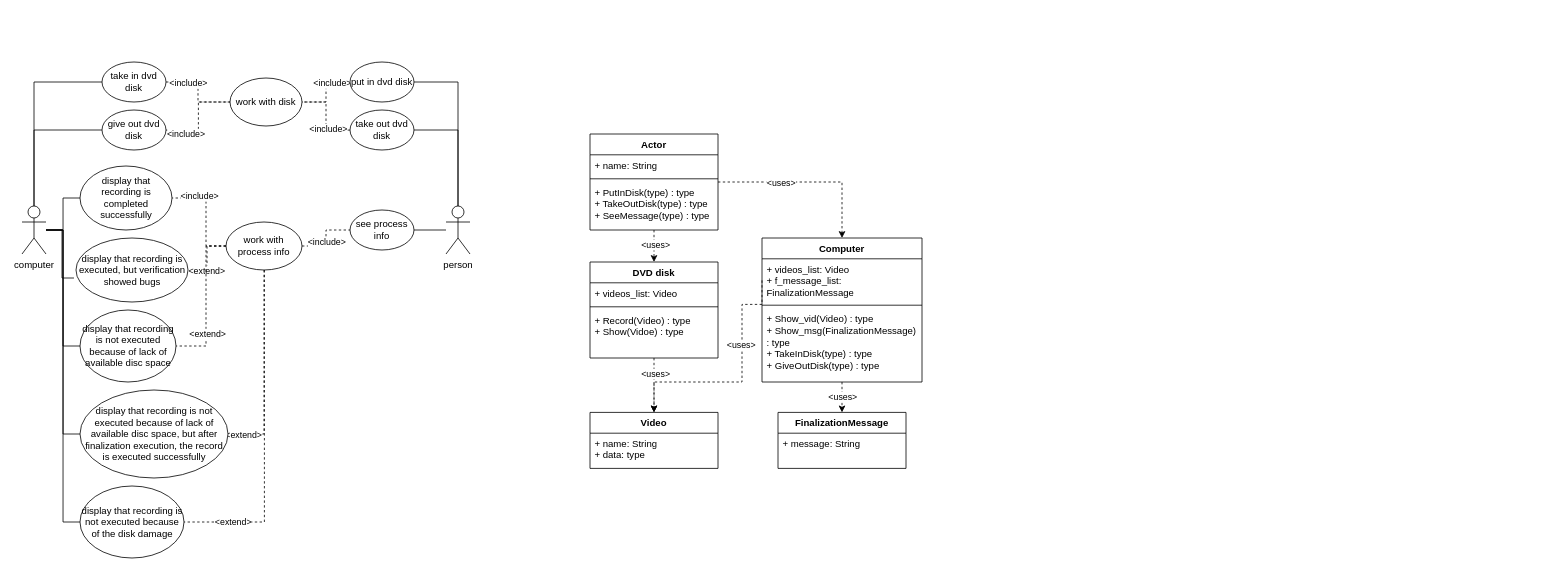
Above: Untitled Diagram.drawio in peerpressurre/diagrams (draw.io), before the change. Source tidied: cells renumbered, new cells numbered last; positions are measured from the earlier drawing's top-left corner, leaving out a move shared by most shapes. Both pictures are drawn from the tidied source at 80%, with x=0, y=0 at pixel (22, 62).
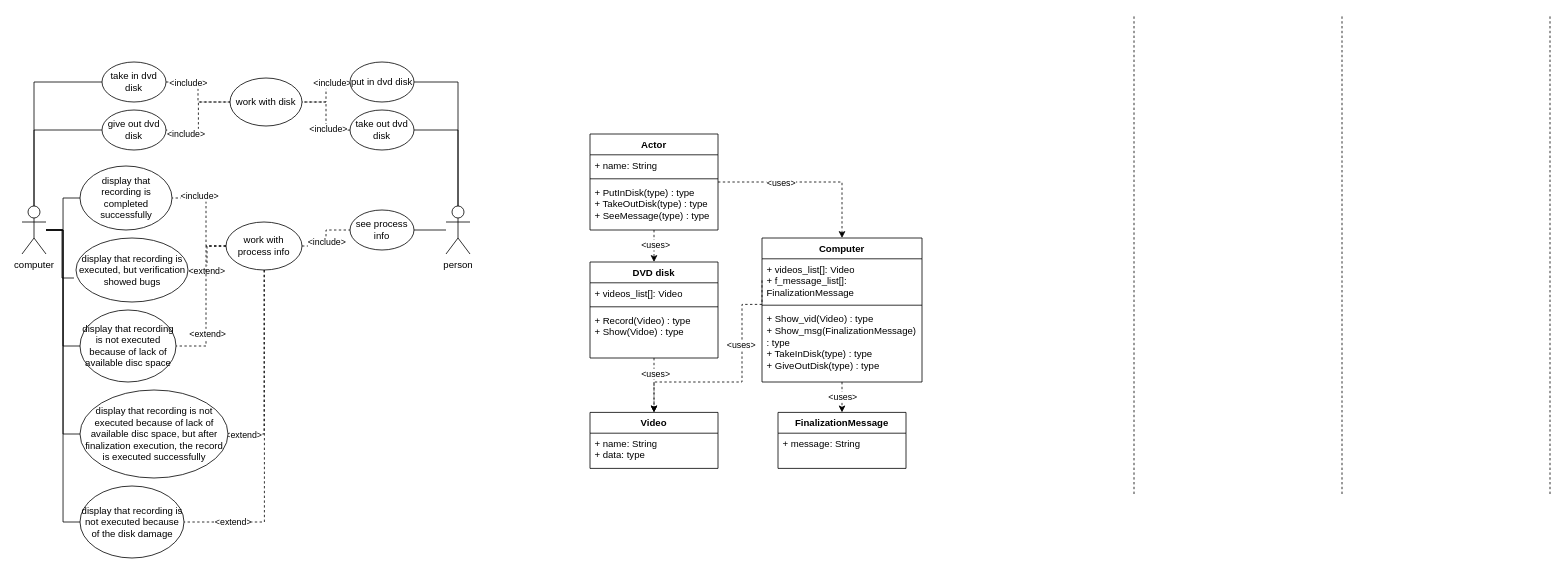
The same diagram, later.

The change refers to these unchanged cells:
```xml
<mxCell id="48" value="DVD disk" style="swimlane;fontStyle=1;align=center;verticalAlign=top;horizontal=1;startSize=26;whiteSpace=wrap;html=1;" parent="1" vertex="1">
  <mxGeometry x="710" y="250" width="160" height="120" as="geometry" />
</mxCell>
<mxCell id="58" value="Computer" style="swimlane;fontStyle=1;align=center;verticalAlign=top;horizontal=1;startSize=26;whiteSpace=wrap;html=1;" parent="1" vertex="1">
  <mxGeometry x="925" y="220" width="200" height="180" as="geometry" />
</mxCell>
```

Change to the diagram source:
```diff
@@
-    <mxCell id="49" value="+ videos_list: Video" style="text;strokeColor=none;fillColor=none;align=left;verticalAlign=top;spacingLeft=4;spacingRight=4;overflow=hidden;whiteSpace=wrap;html=1;" parent="48" vertex="1">
+    <mxCell id="49" value="+ videos_list[]: Video" style="text;strokeColor=none;fillColor=none;align=left;verticalAlign=top;spacingLeft=4;spacingRight=4;overflow=hidden;whiteSpace=wrap;html=1;" parent="48" vertex="1">
       <mxGeometry y="26" width="160" height="26" as="geometry" />
     </mxCell>
@@
-    <mxCell id="59" value="+ videos_list: Video&lt;br&gt;+ f_message_list:&amp;nbsp;&lt;br&gt;FinalizationMessage" style="text;strokeColor=none;fillColor=none;align=left;verticalAlign=top;spacingLeft=4;spacingRight=4;overflow=hidden;points=[[0,0.5],[1,0.5]];portConstraint=eastwest;whiteSpace=wrap;html=1;" parent="58" vertex="1">
+    <mxCell id="59" value="+ videos_list[]: Video&lt;br&gt;+ f_message_list[]:&amp;nbsp;&lt;br&gt;FinalizationMessage" style="text;strokeColor=none;fillColor=none;align=left;verticalAlign=top;spacingLeft=4;spacingRight=4;overflow=hidden;points=[[0,0.5],[1,0.5]];portConstraint=eastwest;whiteSpace=wrap;html=1;" parent="58" vertex="1">
       <mxGeometry y="26" width="200" height="54" as="geometry" />
     </mxCell>
@@
+    <mxCell id="72" style="endArrow=none;html=1;rounded=0;dashed=1;" parent="1" edge="1">
+      <mxGeometry relative="1" as="geometry">
+        <mxPoint x="1390" y="540" as="sourcePoint" />
+        <mxPoint x="1390" y="-60" as="targetPoint" />
+      </mxGeometry>
+    </mxCell>
+    <mxCell id="73" style="endArrow=none;html=1;rounded=0;dashed=1;" parent="1" edge="1">
+      <mxGeometry relative="1" as="geometry">
+        <mxPoint x="1650" y="540" as="sourcePoint" />
+        <mxPoint x="1650" y="-60" as="targetPoint" />
+      </mxGeometry>
+    </mxCell>
+    <mxCell id="74" style="endArrow=none;html=1;rounded=0;dashed=1;" parent="1" edge="1">
+      <mxGeometry relative="1" as="geometry">
+        <mxPoint x="1910" y="540" as="sourcePoint" />
+        <mxPoint x="1910" y="-60" as="targetPoint" />
+      </mxGeometry>
+    </mxCell>
```
